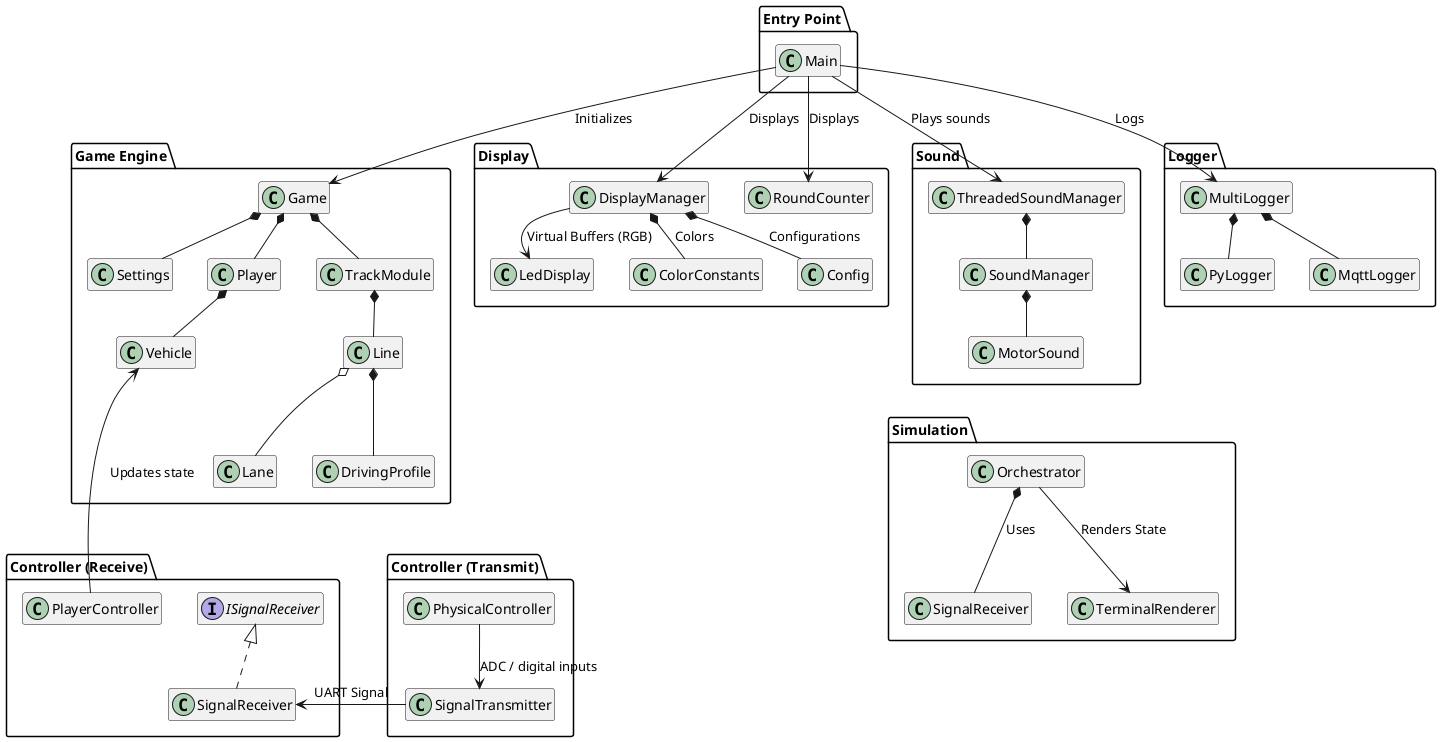
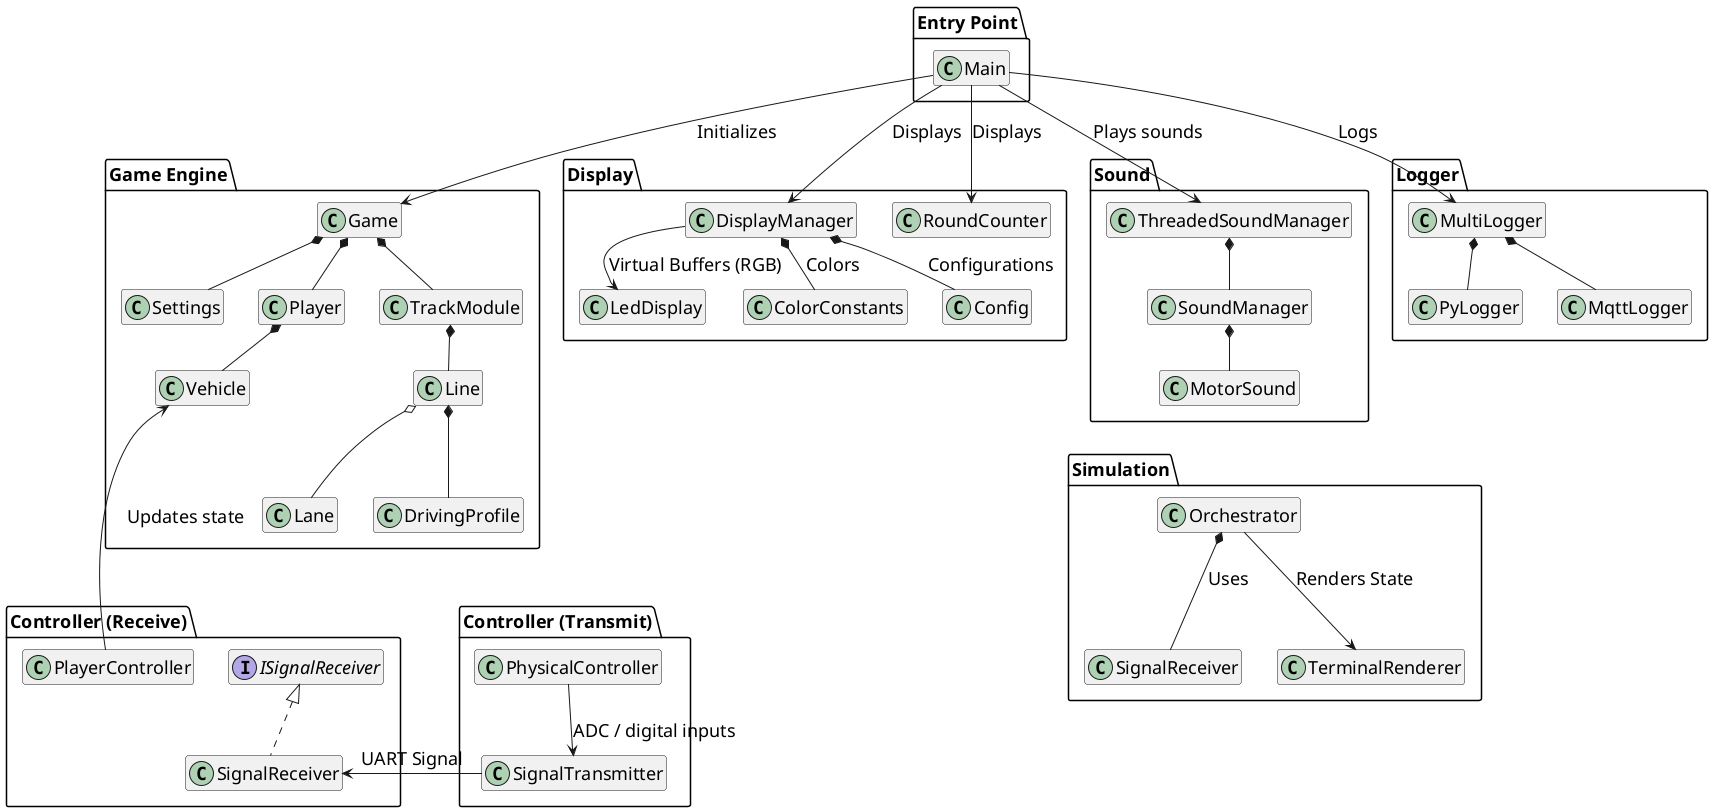
- @startuml
+ @startuml game-engine
'!theme plain
skinparam componentStyle uml2
hide members
top to bottom direction
' skinparam linetype ortho
skinparam nodesep 35
skinparam ranksep 25
+ skinparam defaultFontSize 18

package "Controller (Transmit)" {
  class "SignalTransmitter" as SignalTransmitter
  class "PhysicalController" as PhysicalController
}

package "Controller (Receive)" {
  interface "ISignalReceiver" as ISignalReceiver
  class "SignalReceiver" as SignalReceiver
  class "PlayerController" as PlayerController
}

package "Game Engine" {
  class "Game" as GameMain
  class "Settings" as Settings
  class "Player" as Player
  class "Vehicle" as Vehicle
  class "TrackModule" as TrackModule
  class "Line" as Line
  class "Lane" as Lane
  class "DrivingProfile" as DrivingProfile

  GameMain *-- Settings
  GameMain *-- Player
  GameMain *-- TrackModule
  Player *-- Vehicle
  TrackModule *-- Line
  Line *-- DrivingProfile
  Line o-- Lane
}

package "Display" {
  class "DisplayManager" as DisplayManager
  class "LedDisplay" as LedDisplay
  class "ColorConstants" as ColorConstants
  class "Config" as Config
  class "RoundCounter" as RoundCounter
}

package "Sound" {
  class "ThreadedSoundManager" as ThreadedSoundManager
  class "SoundManager" as SoundManager
  class "MotorSound" as MotorSound
}

package "Logger" {
  class "MultiLogger" as MultiLogger
  class "PyLogger" as PyLogger
  class "MqttLogger" as MqttLogger
}

package "Simulation" {
  class "Orchestrator" as Orchestrator
  class "SignalReceiver" as SimulationSignalReceiver
  class "TerminalRenderer" as TerminalRenderer
}

package "Entry Point" {
  class "Main" as Main
}

Main --> GameMain : Initializes
Main --> DisplayManager : Displays
Main --> RoundCounter : Displays
Main --> ThreadedSoundManager : Plays sounds
Main --> MultiLogger : Logs

PhysicalController --> SignalTransmitter : ADC / digital inputs
SignalTransmitter --> SignalReceiver : UART Signal
ISignalReceiver <|.. SignalReceiver

PlayerController --> Vehicle : Updates state

DisplayManager --> LedDisplay : Virtual Buffers (RGB)
DisplayManager *-- Config : Configurations
DisplayManager *-- ColorConstants : Colors


ThreadedSoundManager *-- SoundManager
SoundManager *-- MotorSound

MultiLogger *-- PyLogger
MultiLogger *-- MqttLogger

Orchestrator --> TerminalRenderer : Renders State
Orchestrator *-- SimulationSignalReceiver : Uses

' Layout positioning
MotorSound -[hidden]down-> Orchestrator
DrivingProfile -[hidden]down-> PhysicalController
DrivingProfile-[hidden]down-> PlayerController
@enduml